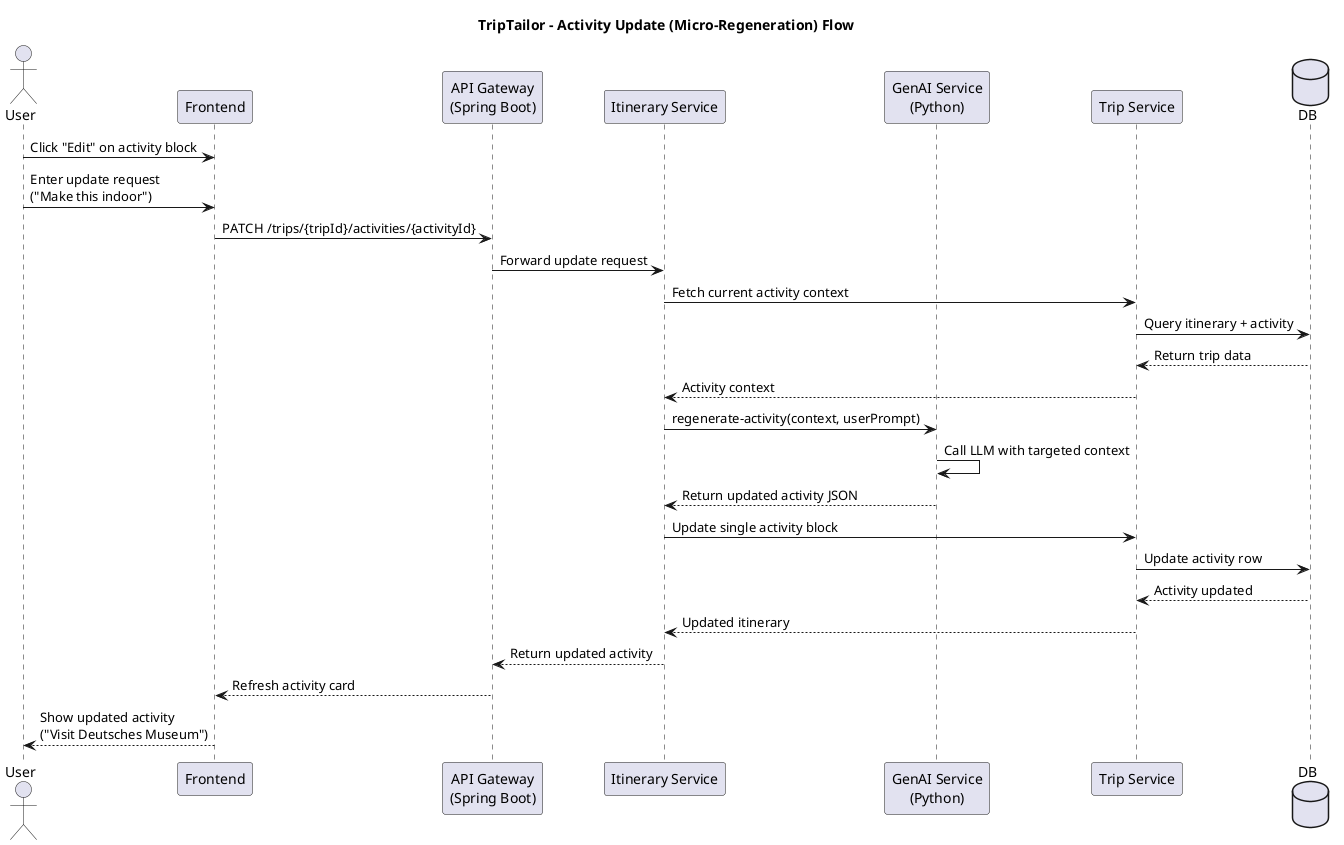
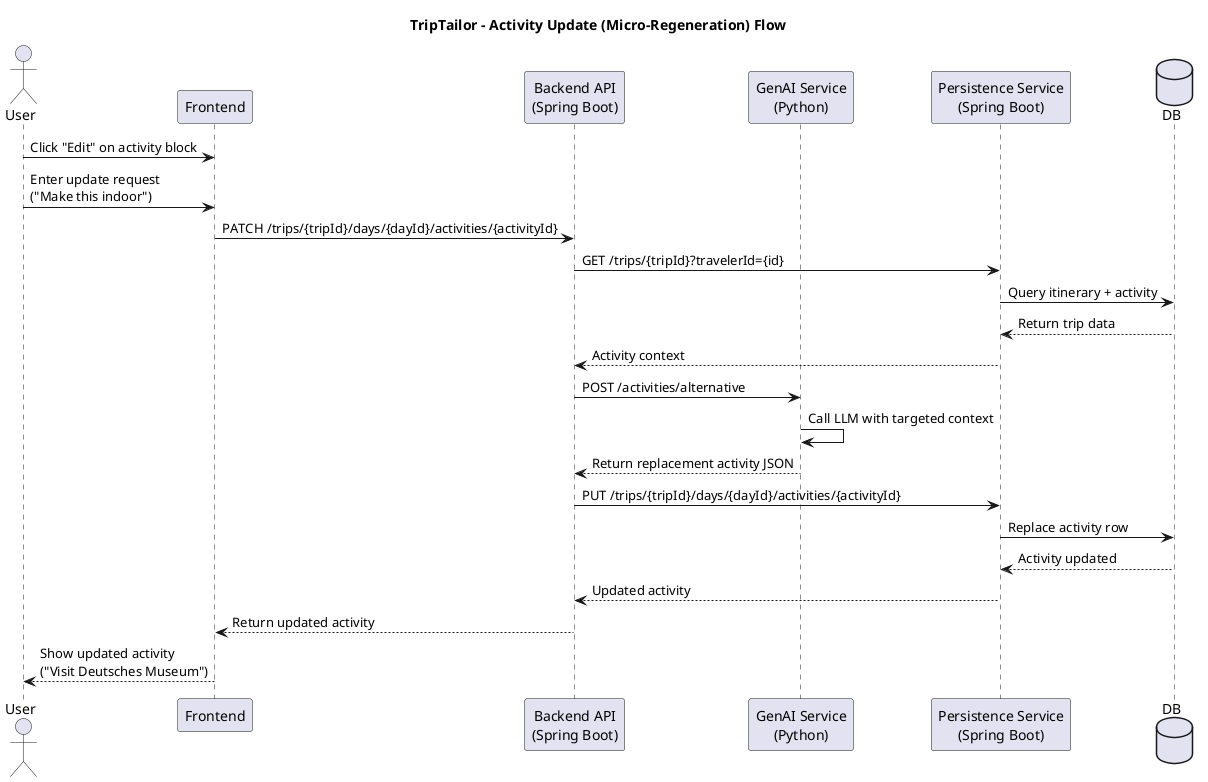
@startuml update-activity-flow
title TripTailor - Activity Update (Micro-Regeneration) Flow

actor User
participant Frontend
- participant "API Gateway\n(Spring Boot)" as APIGW
- participant "Itinerary Service" as ITIN
+ participant "Backend API\n(Spring Boot)" as API
participant "GenAI Service\n(Python)" as AI
- participant "Trip Service" as TRIP
+ participant "Persistence Service\n(Spring Boot)" as PERSIST
database DB

User -> Frontend : Click "Edit" on activity block
User -> Frontend : Enter update request\n("Make this indoor")

- Frontend -> APIGW : PATCH /trips/{tripId}/activities/{activityId}
- APIGW -> ITIN : Forward update request
+ Frontend -> API : PATCH /trips/{tripId}/days/{dayId}/activities/{activityId}

- ITIN -> TRIP : Fetch current activity context
- TRIP -> DB : Query itinerary + activity
- DB --> TRIP : Return trip data
- TRIP --> ITIN : Activity context
+ API -> PERSIST : GET /trips/{tripId}?travelerId={id}
+ PERSIST -> DB : Query itinerary + activity
+ DB --> PERSIST : Return trip data
+ PERSIST --> API : Activity context

- ITIN -> AI : regenerate-activity(context, userPrompt)
+ API -> AI : POST /activities/alternative
AI -> AI : Call LLM with targeted context
- AI --> ITIN : Return updated activity JSON
+ AI --> API : Return replacement activity JSON

- ITIN -> TRIP : Update single activity block
- TRIP -> DB : Update activity row
- DB --> TRIP : Activity updated
- TRIP --> ITIN : Updated itinerary
+ API -> PERSIST : PUT /trips/{tripId}/days/{dayId}/activities/{activityId}
+ PERSIST -> DB : Replace activity row
+ DB --> PERSIST : Activity updated
+ PERSIST --> API : Updated activity

- ITIN --> APIGW : Return updated activity
- APIGW --> Frontend : Refresh activity card
+ API --> Frontend : Return updated activity

Frontend --> User : Show updated activity\n("Visit Deutsches Museum")

- @enduml+ @enduml
